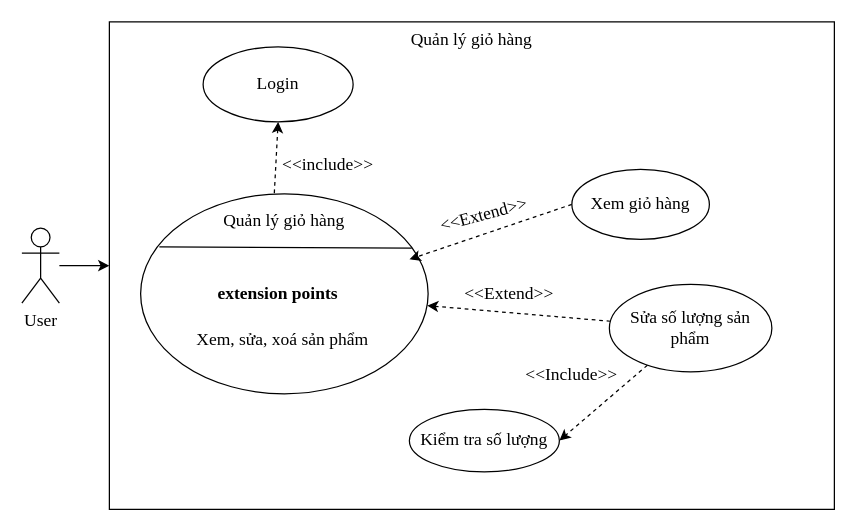
minhan1410/Commerce keeps this draw.io diagram as page "cart" (5 of 15) of usecase.drawio. Above is the earlier version. Source tidied: cells renumbered, new cells numbered last; positions are measured from the earlier drawing's top-left corner, leaving out a move shared by most shapes. Both pictures are drawn from the tidied source at 125%, with x=0, y=0 at pixel (21, 21).
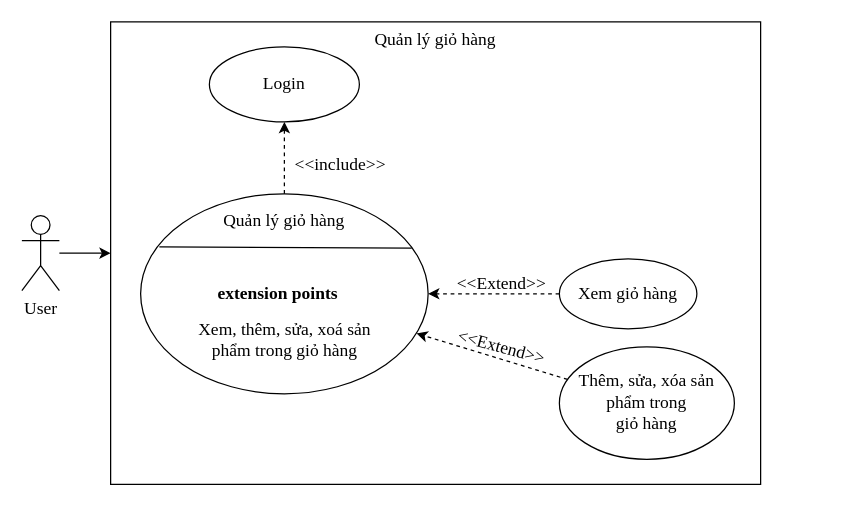
After the change.

Unchanged cells that the change refers to:
```xml
<mxCell id="5" style="ellipse;whiteSpace=wrap;html=1;rounded=0;fontFamily=Times New Roman;fontSize=14;fontColor=default;fillColor=none;gradientColor=none;" parent="1" vertex="1">
  <mxGeometry x="95" y="137.5" width="230" height="160" as="geometry" />
</mxCell>
```

Change to the diagram source:
```diff
@@
     <mxCell id="3" value="User" style="shape=umlActor;verticalLabelPosition=bottom;verticalAlign=top;html=1;outlineConnect=0;fontFamily=Times New Roman;fontSize=14;" parent="1" vertex="1">
-      <mxGeometry y="165" width="30" height="60" as="geometry" />
+      <mxGeometry y="155" width="30" height="60" as="geometry" />
     </mxCell>
     <mxCell id="4" value="Quản lý giỏ hàng" style="whiteSpace=wrap;html=1;verticalAlign=top;fontFamily=Times New Roman;fontSize=14;" parent="1" vertex="1">
-      <mxGeometry x="70" width="580" height="390" as="geometry" />
+      <mxGeometry x="71" width="520" height="370" as="geometry" />
     </mxCell>
+    <mxCell id="22" style="edgeStyle=none;html=1;exitX=0.5;exitY=0;exitDx=0;exitDy=0;entryX=0.5;entryY=1;entryDx=0;entryDy=0;dashed=1;" parent="1" edge="1" source="5" target="7">
+      <mxGeometry relative="1" as="geometry" />
+    </mxCell>
@@
     <mxCell id="7" style="ellipse;whiteSpace=wrap;html=1;fontFamily=Times New Roman;fontSize=14;" parent="1" vertex="1">
-      <mxGeometry x="145" y="20" width="120" height="60" as="geometry" />
+      <mxGeometry x="150" y="20" width="120" height="60" as="geometry" />
     </mxCell>
     <mxCell id="8" value="Login" style="text;html=1;strokeColor=none;fillColor=none;align=center;verticalAlign=middle;whiteSpace=wrap;rounded=0;fontFamily=Times New Roman;fontSize=14;" parent="1" vertex="1">
-      <mxGeometry x="155" y="40" width="100" height="20" as="geometry" />
+      <mxGeometry x="160" y="40" width="100" height="20" as="geometry" />
     </mxCell>
     <mxCell id="9" value="&amp;lt;&amp;lt;include&amp;gt;&amp;gt;" style="text;html=1;strokeColor=none;fillColor=none;align=center;verticalAlign=middle;whiteSpace=wrap;rounded=0;fontFamily=Times New Roman;fontSize=14;" parent="1" vertex="1">
-      <mxGeometry x="215" y="100" width="60" height="30" as="geometry" />
+      <mxGeometry x="225" y="100" width="60" height="30" as="geometry" />
     </mxCell>
-    <mxCell id="10" style="edgeStyle=none;html=1;exitX=0;exitY=0.5;exitDx=0;exitDy=0;entryX=0.935;entryY=0.328;entryDx=0;entryDy=0;entryPerimeter=0;fontFamily=Times New Roman;fontSize=14;dashed=1;" parent="1" edge="1" source="11" target="5">
+    <mxCell id="10" style="edgeStyle=none;html=1;dashed=1;" parent="1" edge="1" source="11" target="5">
       <mxGeometry relative="1" as="geometry" />
     </mxCell>
     <mxCell id="11" value="Xem giỏ hàng" style="ellipse;whiteSpace=wrap;html=1;fontFamily=Times New Roman;fontSize=14;" parent="1" vertex="1">
-      <mxGeometry x="440" y="118" width="110" height="56" as="geometry" />
+      <mxGeometry x="430" y="189.5" width="110" height="56" as="geometry" />
     </mxCell>
@@
-    <mxCell id="13" value="Xem, sửa, xoá sản phẩm&amp;nbsp;" style="text;html=1;strokeColor=none;fillColor=none;align=center;verticalAlign=middle;whiteSpace=wrap;rounded=0;fontFamily=Times New Roman;fontSize=14;" parent="1" vertex="1">
+    <mxCell id="13" value="Xem, thêm, sửa, xoá sản phẩm trong giỏ hàng" style="text;html=1;strokeColor=none;fillColor=none;align=center;verticalAlign=middle;whiteSpace=wrap;rounded=0;fontFamily=Times New Roman;fontSize=14;" parent="1" vertex="1">
       <mxGeometry x="132.5" y="230" width="155" height="50" as="geometry" />
     </mxCell>
-    <mxCell id="14" value="&amp;lt;&amp;lt;Extend&amp;gt;&amp;gt;" style="text;html=1;strokeColor=none;fillColor=none;align=center;verticalAlign=middle;whiteSpace=wrap;rounded=0;rotation=-15;fontFamily=Times New Roman;fontSize=14;" parent="1" vertex="1">
-      <mxGeometry x="340" y="140" width="60" height="30" as="geometry" />
+    <mxCell id="14" value="&amp;lt;&amp;lt;Extend&amp;gt;&amp;gt;" style="text;html=1;strokeColor=none;fillColor=none;align=center;verticalAlign=middle;whiteSpace=wrap;rounded=0;rotation=0;fontFamily=Times New Roman;fontSize=14;" parent="1" vertex="1">
+      <mxGeometry x="354" y="194.5" width="60" height="30" as="geometry" />
     </mxCell>
@@
-    <mxCell id="16" value="&amp;lt;&amp;lt;Extend&amp;gt;&amp;gt;" style="text;html=1;strokeColor=none;fillColor=none;align=center;verticalAlign=middle;whiteSpace=wrap;rounded=0;rotation=0;fontFamily=Times New Roman;fontSize=14;" parent="1" vertex="1">
-      <mxGeometry x="360" y="202.5" width="60" height="30" as="geometry" />
+    <mxCell id="16" value="&amp;lt;&amp;lt;Extend&amp;gt;&amp;gt;" style="text;html=1;strokeColor=none;fillColor=none;align=center;verticalAlign=middle;whiteSpace=wrap;rounded=0;rotation=15;fontFamily=Times New Roman;fontSize=14;" parent="1" vertex="1">
+      <mxGeometry x="354" y="245.5" width="60" height="30" as="geometry" />
     </mxCell>
-    <mxCell id="17" value="&amp;lt;&amp;lt;Include&amp;gt;&amp;gt;" style="text;html=1;strokeColor=none;fillColor=none;align=center;verticalAlign=middle;whiteSpace=wrap;rounded=0;rotation=0;fontFamily=Times New Roman;fontSize=14;" parent="1" vertex="1">
-      <mxGeometry x="410" y="267.5" width="60" height="30" as="geometry" />
-    </mxCell>
-    <mxCell id="18" style="edgeStyle=none;html=1;fontFamily=Times New Roman;fontSize=14;dashed=1;" parent="1" edge="1" source="20" target="5">
+    <mxCell id="18" style="edgeStyle=none;html=1;dashed=1;" parent="1" edge="1" source="20" target="5">
       <mxGeometry relative="1" as="geometry" />
     </mxCell>
-    <mxCell id="19" style="edgeStyle=none;html=1;entryX=1;entryY=0.5;entryDx=0;entryDy=0;fontFamily=Times New Roman;fontSize=14;dashed=1;" parent="1" edge="1" source="20" target="21">
-      <mxGeometry relative="1" as="geometry" />
-    </mxCell>
-    <mxCell id="20" value="Sửa số lượng sản phẩm" style="ellipse;whiteSpace=wrap;html=1;fontFamily=Times New Roman;fontSize=14;" parent="1" vertex="1">
-      <mxGeometry x="470" y="210" width="130" height="70" as="geometry" />
+    <mxCell id="20" value="Thêm, sửa, xóa sản phẩm trong &lt;br&gt;giỏ hàng" style="ellipse;whiteSpace=wrap;html=1;fontFamily=Times New Roman;fontSize=14;" parent="1" vertex="1">
+      <mxGeometry x="430" y="260" width="140" height="90" as="geometry" />
     </mxCell>
-    <mxCell id="21" value="Kiểm tra số lượng" style="ellipse;whiteSpace=wrap;html=1;fontFamily=Times New Roman;fontSize=14;" parent="1" vertex="1">
-      <mxGeometry x="310" y="310" width="120" height="50" as="geometry" />
-    </mxCell>
-    <mxCell id="22" style="endArrow=classic;html=1;entryX=0.5;entryY=1;entryDx=0;entryDy=0;exitX=0.465;exitY=-0.003;exitDx=0;exitDy=0;exitPerimeter=0;fontFamily=Times New Roman;fontSize=14;dashed=1;" parent="1" edge="1" source="5" target="7">
-      <mxGeometry relative="1" as="geometry" />
-    </mxCell>
```
